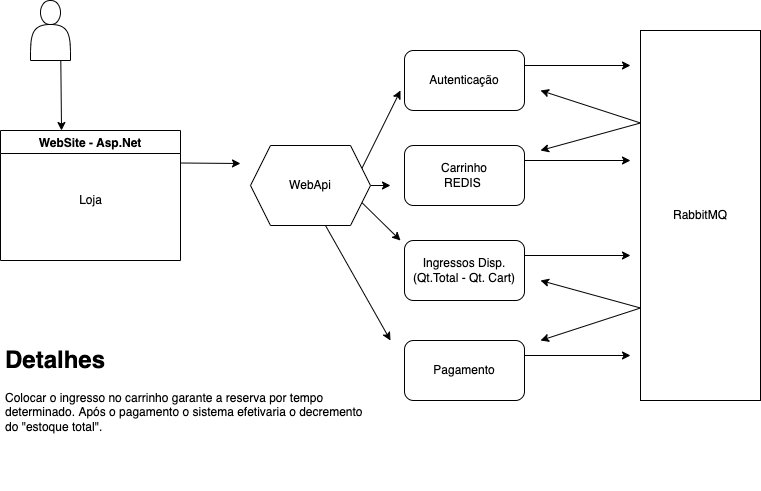
This is ArquiteturaVendaIngressos.png from leandroademar/BigDataCorp-Ingressos, a draw.io export, as it was before one commit. Source tidied: cells renumbered, new cells last; positions are measured from the earlier drawing's top-left corner, leaving out a move shared by most shapes. The source it was exported from:
```xml
<mxGraphModel shadow="1">
  <root>
    <mxCell id="0" />
    <mxCell id="1" parent="0" />
    <mxCell id="2" style="edgeStyle=none;html=1;exitX=0.75;exitY=0.5;exitDx=0;exitDy=0;exitPerimeter=0;entryX=0.339;entryY=0;entryDx=0;entryDy=0;entryPerimeter=0;" parent="1" edge="1" source="6" target="4">
      <mxGeometry relative="1" as="geometry" />
    </mxCell>
    <mxCell id="3" style="edgeStyle=none;html=1;exitX=1;exitY=0.25;exitDx=0;exitDy=0;" parent="1" edge="1" source="4">
      <mxGeometry relative="1" as="geometry">
        <mxPoint x="240" y="163" as="targetPoint" />
      </mxGeometry>
    </mxCell>
    <mxCell id="4" value="WebSite - Asp.Net" style="swimlane;" parent="1" vertex="1">
      <mxGeometry y="130" width="180" height="130" as="geometry" />
    </mxCell>
    <mxCell id="5" value="Loja" style="text;html=1;align=center;verticalAlign=middle;strokeColor=none;fillColor=none;" parent="4" vertex="1">
      <mxGeometry x="70" y="60" width="40" height="20" as="geometry" />
    </mxCell>
    <mxCell id="6" style="shape=actor;whiteSpace=wrap;html=1;" parent="1" vertex="1">
      <mxGeometry x="30" width="40" height="60" as="geometry" />
    </mxCell>
    <mxCell id="7" style="edgeStyle=none;html=1;exitX=0;exitY=0.75;exitDx=0;exitDy=0;" parent="1" edge="1" source="11">
      <mxGeometry relative="1" as="geometry">
        <mxPoint x="540" y="340" as="targetPoint" />
      </mxGeometry>
    </mxCell>
    <mxCell id="8" style="edgeStyle=none;html=1;exitX=0;exitY=0.75;exitDx=0;exitDy=0;" parent="1" edge="1" source="11">
      <mxGeometry relative="1" as="geometry">
        <mxPoint x="540" y="280" as="targetPoint" />
      </mxGeometry>
    </mxCell>
    <mxCell id="9" style="edgeStyle=none;html=1;exitX=0;exitY=0.25;exitDx=0;exitDy=0;" parent="1" edge="1" source="11">
      <mxGeometry relative="1" as="geometry">
        <mxPoint x="540" y="90" as="targetPoint" />
      </mxGeometry>
    </mxCell>
    <mxCell id="10" style="edgeStyle=none;html=1;exitX=0;exitY=0.25;exitDx=0;exitDy=0;" parent="1" edge="1" source="11">
      <mxGeometry relative="1" as="geometry">
        <mxPoint x="540" y="150" as="targetPoint" />
      </mxGeometry>
    </mxCell>
    <mxCell id="11" value="RabbitMQ" style="rounded=0;whiteSpace=wrap;html=1;" parent="1" vertex="1">
      <mxGeometry x="640" y="30" width="120" height="370" as="geometry" />
    </mxCell>
    <mxCell id="12" style="edgeStyle=none;html=1;exitX=1;exitY=0.25;exitDx=0;exitDy=0;" parent="1" edge="1" source="16">
      <mxGeometry relative="1" as="geometry">
        <mxPoint x="400" y="90" as="targetPoint" />
      </mxGeometry>
    </mxCell>
    <mxCell id="13" style="edgeStyle=none;html=1;exitX=1;exitY=0.5;exitDx=0;exitDy=0;" parent="1" edge="1" source="16">
      <mxGeometry relative="1" as="geometry">
        <mxPoint x="390" y="185" as="targetPoint" />
      </mxGeometry>
    </mxCell>
    <mxCell id="14" style="edgeStyle=none;html=1;exitX=1;exitY=0.75;exitDx=0;exitDy=0;" parent="1" edge="1" source="16">
      <mxGeometry relative="1" as="geometry">
        <mxPoint x="400" y="240" as="targetPoint" />
      </mxGeometry>
    </mxCell>
    <mxCell id="15" style="edgeStyle=none;html=1;exitX=0.625;exitY=1;exitDx=0;exitDy=0;" parent="1" edge="1" source="16">
      <mxGeometry relative="1" as="geometry">
        <mxPoint x="390" y="340" as="targetPoint" />
      </mxGeometry>
    </mxCell>
    <mxCell id="16" value="WebApi" style="shape=hexagon;perimeter=hexagonPerimeter2;whiteSpace=wrap;html=1;fixedSize=1;" parent="1" vertex="1">
      <mxGeometry x="250" y="145" width="120" height="80" as="geometry" />
    </mxCell>
    <mxCell id="17" style="edgeStyle=none;html=1;exitX=1;exitY=0.25;exitDx=0;exitDy=0;" parent="1" edge="1" source="18">
      <mxGeometry relative="1" as="geometry">
        <mxPoint x="630" y="65" as="targetPoint" />
      </mxGeometry>
    </mxCell>
    <mxCell id="18" value="Autenticação" style="rounded=1;whiteSpace=wrap;html=1;" parent="1" vertex="1">
      <mxGeometry x="404" y="50" width="120" height="60" as="geometry" />
    </mxCell>
    <mxCell id="19" style="edgeStyle=none;html=1;exitX=1;exitY=0.25;exitDx=0;exitDy=0;" parent="1" edge="1" source="20">
      <mxGeometry relative="1" as="geometry">
        <mxPoint x="630" y="160" as="targetPoint" />
      </mxGeometry>
    </mxCell>
    <mxCell id="20" value="Carrinho&lt;br&gt;REDIS&amp;nbsp;" style="rounded=1;whiteSpace=wrap;html=1;" parent="1" vertex="1">
      <mxGeometry x="404" y="145" width="120" height="60" as="geometry" />
    </mxCell>
    <mxCell id="21" style="edgeStyle=none;html=1;exitX=1;exitY=0.25;exitDx=0;exitDy=0;" parent="1" edge="1" source="22">
      <mxGeometry relative="1" as="geometry">
        <mxPoint x="630" y="255" as="targetPoint" />
      </mxGeometry>
    </mxCell>
    <mxCell id="22" value="Ingressos Disp.&lt;br&gt;(Qt.Total - Qt. Cart)" style="rounded=1;whiteSpace=wrap;html=1;" parent="1" vertex="1">
      <mxGeometry x="404" y="240" width="120" height="60" as="geometry" />
    </mxCell>
    <mxCell id="23" style="edgeStyle=none;html=1;exitX=1;exitY=0.25;exitDx=0;exitDy=0;" parent="1" edge="1" source="24">
      <mxGeometry relative="1" as="geometry">
        <mxPoint x="630" y="355" as="targetPoint" />
      </mxGeometry>
    </mxCell>
    <mxCell id="24" value="Pagamento" style="rounded=1;whiteSpace=wrap;html=1;" parent="1" vertex="1">
      <mxGeometry x="404" y="340" width="120" height="60" as="geometry" />
    </mxCell>
    <mxCell id="25" value="&lt;h1&gt;Detalhes&lt;/h1&gt;&lt;p&gt;Colocar o ingresso no carrinho garante a reserva por tempo determinado. Após o pagamento o sistema efetivaria o decremento do &quot;estoque total&quot;.&lt;/p&gt;" style="text;html=1;strokeColor=none;fillColor=none;spacing=5;spacingTop=-20;whiteSpace=wrap;overflow=hidden;rounded=0;" parent="1" vertex="1">
      <mxGeometry y="340" width="380" height="150" as="geometry" />
    </mxCell>
  </root>
</mxGraphModel>
```
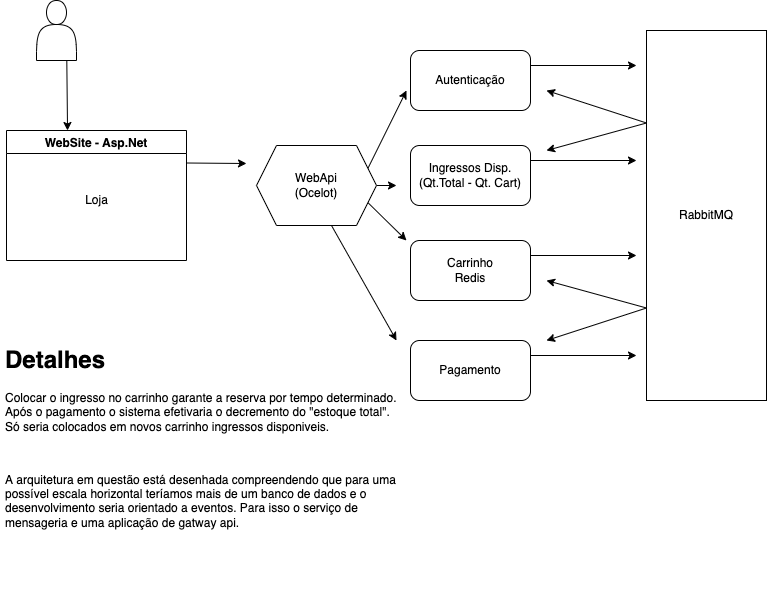
After the change.

Commit message:
Ajuste de detalhes.

Change to the diagram source:
```diff
@@ -62,7 +62,7 @@
         <mxPoint x="390" y="340" as="targetPoint" />
       </mxGeometry>
     </mxCell>
-    <mxCell id="16" value="WebApi" style="shape=hexagon;perimeter=hexagonPerimeter2;whiteSpace=wrap;html=1;fixedSize=1;" parent="1" vertex="1">
+    <mxCell id="16" value="WebApi&lt;br&gt;(Ocelot)" style="shape=hexagon;perimeter=hexagonPerimeter2;whiteSpace=wrap;html=1;fixedSize=1;" parent="1" vertex="1">
       <mxGeometry x="250" y="145" width="120" height="80" as="geometry" />
     </mxCell>
     <mxCell id="17" style="edgeStyle=none;html=1;exitX=1;exitY=0.25;exitDx=0;exitDy=0;" parent="1" edge="1" source="18">
@@ -78,7 +78,7 @@
         <mxPoint x="630" y="160" as="targetPoint" />
       </mxGeometry>
     </mxCell>
-    <mxCell id="20" value="Carrinho&lt;br&gt;REDIS&amp;nbsp;" style="rounded=1;whiteSpace=wrap;html=1;" parent="1" vertex="1">
+    <mxCell id="20" value="Ingressos Disp.&lt;br&gt;(Qt.Total - Qt. Cart)" style="rounded=1;whiteSpace=wrap;html=1;" parent="1" vertex="1">
       <mxGeometry x="404" y="145" width="120" height="60" as="geometry" />
     </mxCell>
     <mxCell id="21" style="edgeStyle=none;html=1;exitX=1;exitY=0.25;exitDx=0;exitDy=0;" parent="1" edge="1" source="22">
@@ -86,7 +86,7 @@
         <mxPoint x="630" y="255" as="targetPoint" />
       </mxGeometry>
     </mxCell>
-    <mxCell id="22" value="Ingressos Disp.&lt;br&gt;(Qt.Total - Qt. Cart)" style="rounded=1;whiteSpace=wrap;html=1;" parent="1" vertex="1">
+    <mxCell id="22" value="Carrinho&lt;br&gt;Redis" style="rounded=1;whiteSpace=wrap;html=1;" parent="1" vertex="1">
       <mxGeometry x="404" y="240" width="120" height="60" as="geometry" />
     </mxCell>
     <mxCell id="23" style="edgeStyle=none;html=1;exitX=1;exitY=0.25;exitDx=0;exitDy=0;" parent="1" edge="1" source="24">
@@ -97,8 +97,8 @@
     <mxCell id="24" value="Pagamento" style="rounded=1;whiteSpace=wrap;html=1;" parent="1" vertex="1">
       <mxGeometry x="404" y="340" width="120" height="60" as="geometry" />
     </mxCell>
-    <mxCell id="25" value="&lt;h1&gt;Detalhes&lt;/h1&gt;&lt;p&gt;Colocar o ingresso no carrinho garante a reserva por tempo determinado. Após o pagamento o sistema efetivaria o decremento do &quot;estoque total&quot;.&lt;/p&gt;" style="text;html=1;strokeColor=none;fillColor=none;spacing=5;spacingTop=-20;whiteSpace=wrap;overflow=hidden;rounded=0;" parent="1" vertex="1">
-      <mxGeometry y="340" width="380" height="150" as="geometry" />
+    <mxCell id="25" value="&lt;h1&gt;Detalhes&lt;/h1&gt;&lt;p&gt;Colocar o ingresso no carrinho garante a reserva por tempo determinado. Após o pagamento o sistema efetivaria o decremento do &quot;estoque total&quot;. Só seria colocados em novos carrinho ingressos disponiveis.&lt;/p&gt;&lt;p&gt;&lt;br&gt;&lt;/p&gt;&lt;p&gt;A arquitetura em questão está desenhada compreendendo que para uma possível escala horizontal teríamos mais de um banco de dados e o desenvolvimento seria orientado a eventos. Para isso o serviço de mensageria e uma aplicação de gatway api.&lt;/p&gt;" style="text;html=1;strokeColor=none;fillColor=none;spacing=5;spacingTop=-20;whiteSpace=wrap;overflow=hidden;rounded=0;" parent="1" vertex="1">
+      <mxGeometry x="-6" y="340" width="410" height="270" as="geometry" />
     </mxCell>
   </root>
 </mxGraphModel>
```
